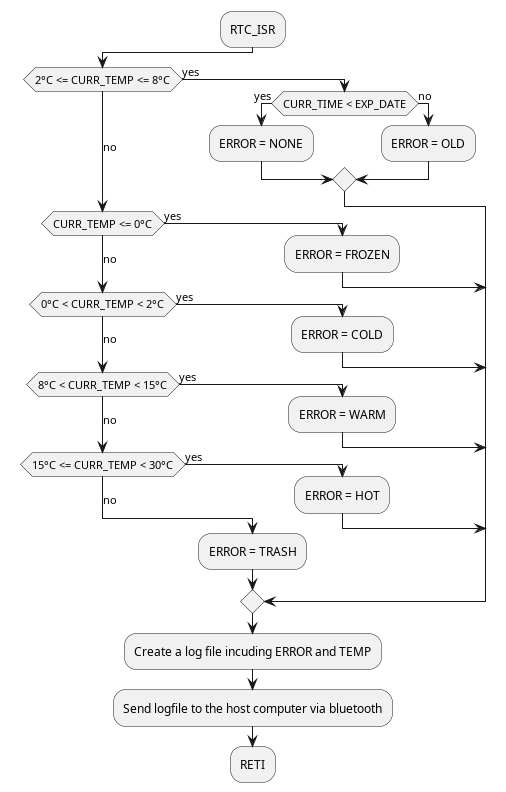
Earlier version of the PlantUML export Final Project Report/Modular Design/Sub-Unit/Figures/sub-unit-rtc-isr.png (fabiomatos999/ICOM-4217-Project). Source of this version:
```plantuml
@startuml
!pragma useVerticalIf on
:RTC_ISR;
if (2°C <= CURR_TEMP <= 8°C) then (yes)
    if (CURR_TIME < EXP_DATE) then (yes)
    :ERROR = NONE;
    else (no)
    :ERROR = OLD;
    endif
    (no) elseif (CURR_TEMP <= 0°C) then (yes)
    :ERROR = FROZEN;
    (no) elseif (0°C < CURR_TEMP < 2°C) then (yes)
    :ERROR = COLD;
    (no) elseif (8°C < CURR_TEMP < 15°C) then (yes)
    :ERROR = WARM;
    (no) elseif (15°C <= CURR_TEMP < 30°C) then (yes)
    :ERROR = HOT;
    else (no)
        :ERROR = TRASH;
    endif
:Create a log file incuding ERROR and TEMP;
:Send logfile to the host computer via bluetooth;
:RETI;
@enduml
```
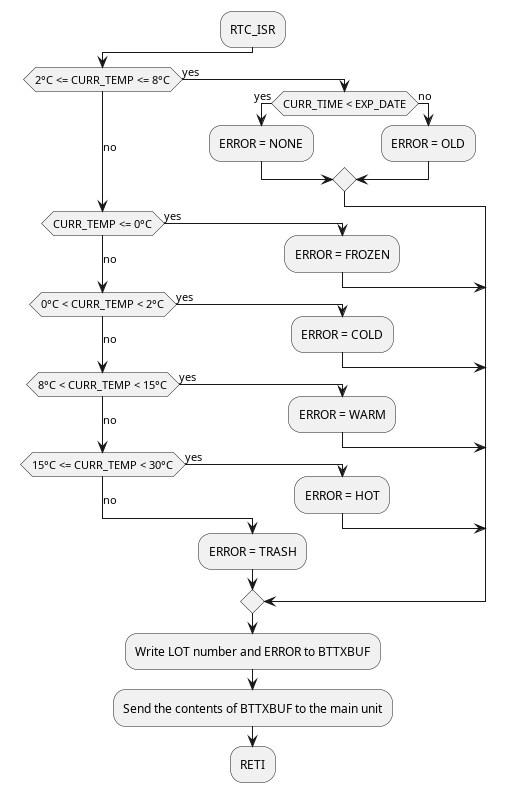
After the change.

Change to the diagram source:
```diff
@@ -18,7 +18,7 @@
     else (no)
         :ERROR = TRASH;
     endif
-:Create a log file incuding ERROR and TEMP;
-:Send logfile to the host computer via bluetooth;
+:Write LOT number and ERROR to BTTXBUF;
+:Send the contents of BTTXBUF to the main unit;
 :RETI;
 @enduml
```
